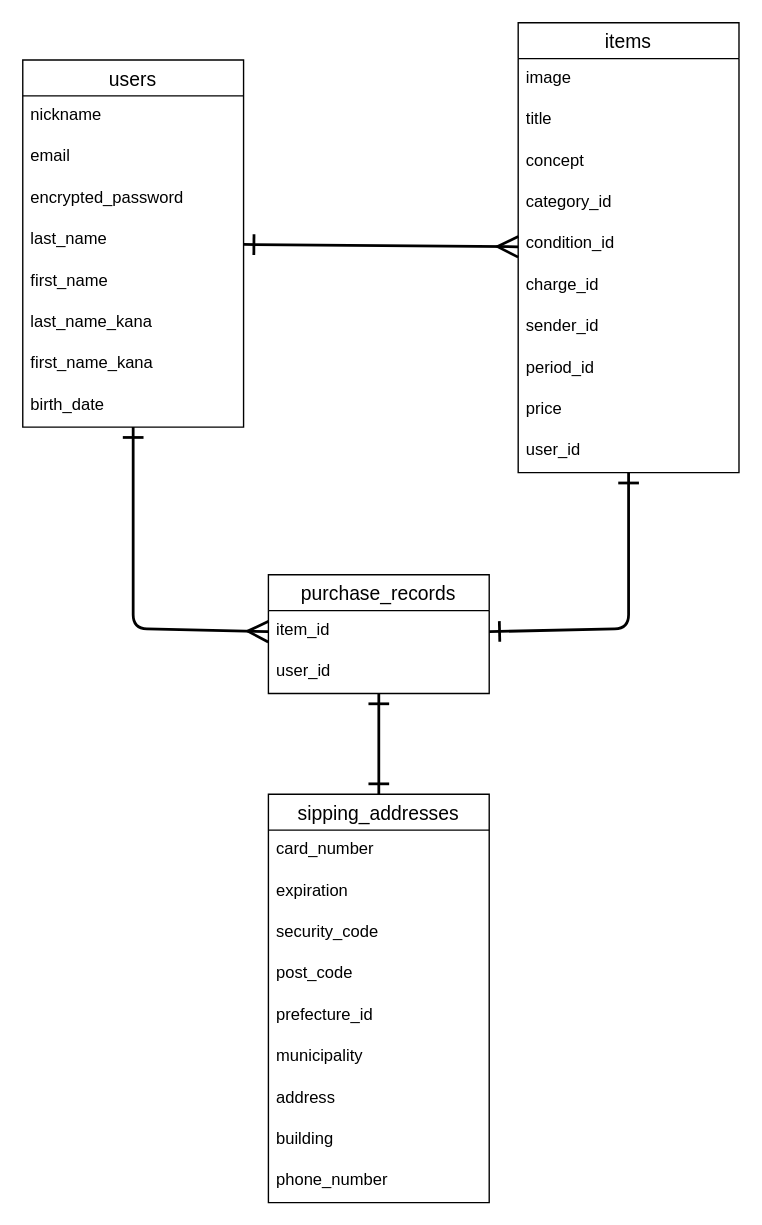
The draw.io diagram table.dio in takuro-miyaguchi/furima-38300, before the edit. Source tidied: cells renumbered, new cells numbered last; positions are measured from the earlier drawing's top-left corner, leaving out a move shared by most shapes. Both pictures are drawn from the tidied source at 138%, with x=0, y=0 at pixel (22, 22).
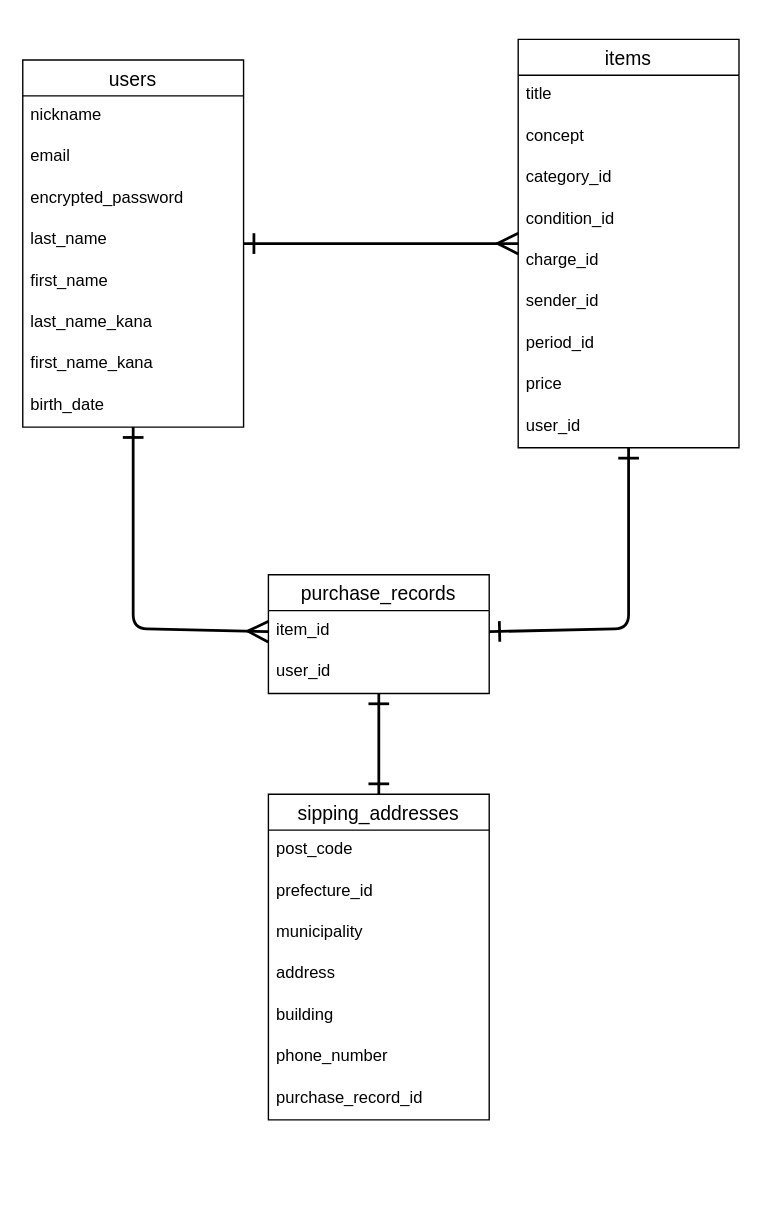
After the change.

Commit message (it also covers changes not shown here):
Issue3_DB設計4

Diff of the diagram source:
```diff
@@
     <mxCell id="11" value="items" style="swimlane;fontStyle=0;horizontal=1;startSize=26;align=center;fontSize=14;" parent="1" vertex="1">
-      <mxGeometry x="359" width="160" height="326" as="geometry" />
+      <mxGeometry x="359" y="12" width="160" height="296" as="geometry" />
     </mxCell>
-    <mxCell id="12" value="image" style="text;strokeColor=none;fillColor=none;spacingLeft=4;spacingRight=4;overflow=hidden;fontSize=12;" parent="11" vertex="1">
-      <mxGeometry y="26" width="160" height="30" as="geometry" />
-    </mxCell>
     <mxCell id="13" value="title" style="text;strokeColor=none;fillColor=none;spacingLeft=4;spacingRight=4;overflow=hidden;fontSize=12;" parent="11" vertex="1">
-      <mxGeometry y="56" width="160" height="30" as="geometry" />
+      <mxGeometry y="26" width="160" height="30" as="geometry" />
     </mxCell>
     <mxCell id="14" value="concept" style="text;strokeColor=none;fillColor=none;spacingLeft=4;spacingRight=4;overflow=hidden;fontSize=12;" parent="11" vertex="1">
-      <mxGeometry y="86" width="160" height="30" as="geometry" />
+      <mxGeometry y="56" width="160" height="30" as="geometry" />
     </mxCell>
     <mxCell id="15" value="category_id" style="text;strokeColor=none;fillColor=none;spacingLeft=4;spacingRight=4;overflow=hidden;fontSize=12;" parent="11" vertex="1">
-      <mxGeometry y="116" width="160" height="30" as="geometry" />
+      <mxGeometry y="86" width="160" height="30" as="geometry" />
     </mxCell>
     <mxCell id="16" value="condition_id" style="text;strokeColor=none;fillColor=none;spacingLeft=4;spacingRight=4;overflow=hidden;fontSize=12;" parent="11" vertex="1">
-      <mxGeometry y="146" width="160" height="30" as="geometry" />
+      <mxGeometry y="116" width="160" height="30" as="geometry" />
     </mxCell>
     <mxCell id="17" value="charge_id" style="text;strokeColor=none;fillColor=none;spacingLeft=4;spacingRight=4;overflow=hidden;fontSize=12;" parent="11" vertex="1">
-      <mxGeometry y="176" width="160" height="30" as="geometry" />
+      <mxGeometry y="146" width="160" height="30" as="geometry" />
     </mxCell>
     <mxCell id="18" value="sender_id" style="text;strokeColor=none;fillColor=none;spacingLeft=4;spacingRight=4;overflow=hidden;fontSize=12;" parent="11" vertex="1">
-      <mxGeometry y="206" width="160" height="30" as="geometry" />
+      <mxGeometry y="176" width="160" height="30" as="geometry" />
     </mxCell>
     <mxCell id="19" value="period_id" style="text;strokeColor=none;fillColor=none;spacingLeft=4;spacingRight=4;overflow=hidden;fontSize=12;" parent="11" vertex="1">
-      <mxGeometry y="236" width="160" height="30" as="geometry" />
+      <mxGeometry y="206" width="160" height="30" as="geometry" />
     </mxCell>
     <mxCell id="20" value="price" style="text;strokeColor=none;fillColor=none;spacingLeft=4;spacingRight=4;overflow=hidden;fontSize=12;" parent="11" vertex="1">
-      <mxGeometry y="266" width="160" height="30" as="geometry" />
+      <mxGeometry y="236" width="160" height="30" as="geometry" />
     </mxCell>
     <mxCell id="21" value="user_id" style="text;strokeColor=none;fillColor=none;spacingLeft=4;spacingRight=4;overflow=hidden;fontSize=12;" parent="11" vertex="1">
-      <mxGeometry y="296" width="160" height="30" as="geometry" />
+      <mxGeometry y="266" width="160" height="30" as="geometry" />
     </mxCell>
@@
     <mxCell id="29" value="sipping_addresses" style="swimlane;fontStyle=0;horizontal=1;startSize=26;align=center;fontSize=14;" parent="1" vertex="1">
-      <mxGeometry x="178" y="559" width="160" height="296" as="geometry" />
+      <mxGeometry x="178" y="559" width="160" height="236" as="geometry" />
     </mxCell>
-    <mxCell id="30" value="card_number" style="text;strokeColor=none;fillColor=none;spacingLeft=4;spacingRight=4;overflow=hidden;fontSize=12;" parent="29" vertex="1">
-      <mxGeometry y="26" width="160" height="30" as="geometry" />
-    </mxCell>
-    <mxCell id="31" value="expiration" style="text;strokeColor=none;fillColor=none;spacingLeft=4;spacingRight=4;overflow=hidden;fontSize=12;" parent="29" vertex="1">
-      <mxGeometry y="56" width="160" height="30" as="geometry" />
-    </mxCell>
-    <mxCell id="32" value="security_code" style="text;strokeColor=none;fillColor=none;spacingLeft=4;spacingRight=4;overflow=hidden;fontSize=12;" parent="29" vertex="1">
-      <mxGeometry y="86" width="160" height="30" as="geometry" />
-    </mxCell>
     <mxCell id="33" value="post_code" style="text;strokeColor=none;fillColor=none;spacingLeft=4;spacingRight=4;overflow=hidden;fontSize=12;" parent="29" vertex="1">
-      <mxGeometry y="116" width="160" height="30" as="geometry" />
+      <mxGeometry y="26" width="160" height="30" as="geometry" />
     </mxCell>
     <mxCell id="34" value="prefecture_id" style="text;strokeColor=none;fillColor=none;spacingLeft=4;spacingRight=4;overflow=hidden;fontSize=12;" parent="29" vertex="1">
-      <mxGeometry y="146" width="160" height="30" as="geometry" />
+      <mxGeometry y="56" width="160" height="30" as="geometry" />
     </mxCell>
     <mxCell id="35" value="municipality" style="text;strokeColor=none;fillColor=none;spacingLeft=4;spacingRight=4;overflow=hidden;fontSize=12;" parent="29" vertex="1">
-      <mxGeometry y="176" width="160" height="30" as="geometry" />
+      <mxGeometry y="86" width="160" height="30" as="geometry" />
     </mxCell>
     <mxCell id="36" value="address" style="text;strokeColor=none;fillColor=none;spacingLeft=4;spacingRight=4;overflow=hidden;fontSize=12;" parent="29" vertex="1">
-      <mxGeometry y="206" width="160" height="30" as="geometry" />
+      <mxGeometry y="116" width="160" height="30" as="geometry" />
     </mxCell>
     <mxCell id="37" value="building" style="text;strokeColor=none;fillColor=none;spacingLeft=4;spacingRight=4;overflow=hidden;fontSize=12;" parent="29" vertex="1">
-      <mxGeometry y="236" width="160" height="30" as="geometry" />
+      <mxGeometry y="146" width="160" height="30" as="geometry" />
     </mxCell>
     <mxCell id="38" value="phone_number" style="text;strokeColor=none;fillColor=none;spacingLeft=4;spacingRight=4;overflow=hidden;fontSize=12;" parent="29" vertex="1">
-      <mxGeometry y="266" width="160" height="30" as="geometry" />
+      <mxGeometry y="176" width="160" height="30" as="geometry" />
     </mxCell>
+    <mxCell id="39" value="purchase_record_id" style="text;strokeColor=none;fillColor=none;spacingLeft=4;spacingRight=4;overflow=hidden;fontSize=12;" parent="29" vertex="1">
+      <mxGeometry y="206" width="160" height="30" as="geometry" />
+    </mxCell>
```
